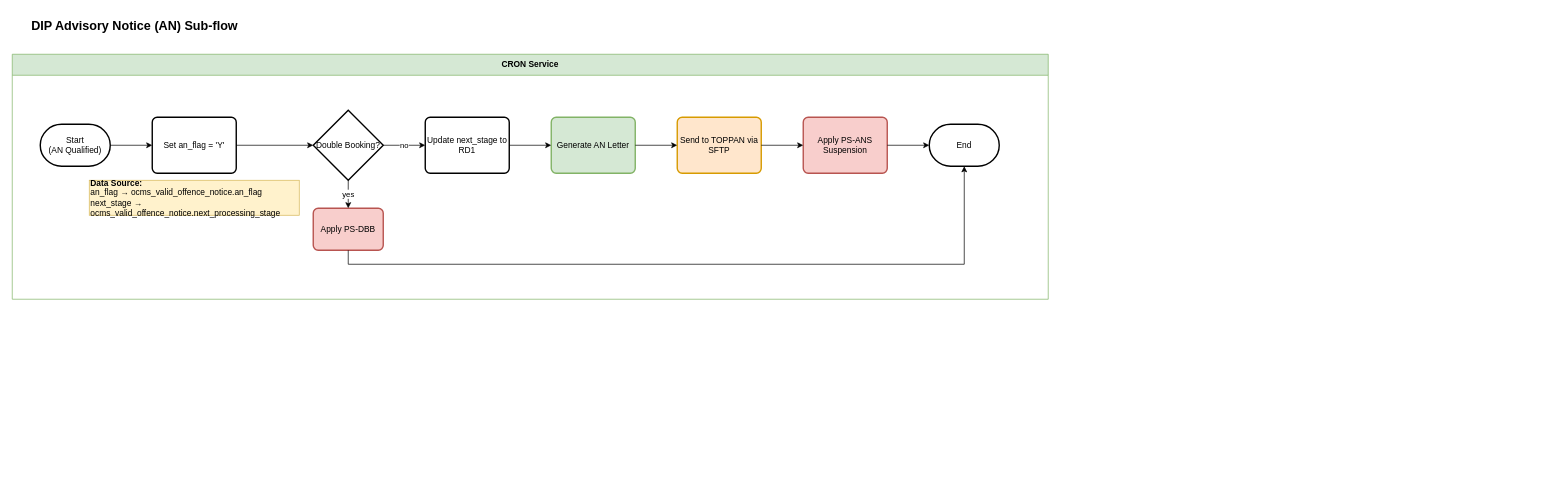
Above: page "Section_5_DIP_AN_Subflow" (3 of 5) of OCMS 14/Section 5/OCMS14-Technical_Flowchart_Section_5.drawio in rafifmgg/techdoc (draw.io), before the change. Source tidied: cells renumbered, new cells numbered last; positions are measured from the earlier drawing's top-left corner, leaving out a move shared by most shapes. Both pictures are drawn from the tidied source at 70%, with x=0, y=0 at pixel (12, 12).
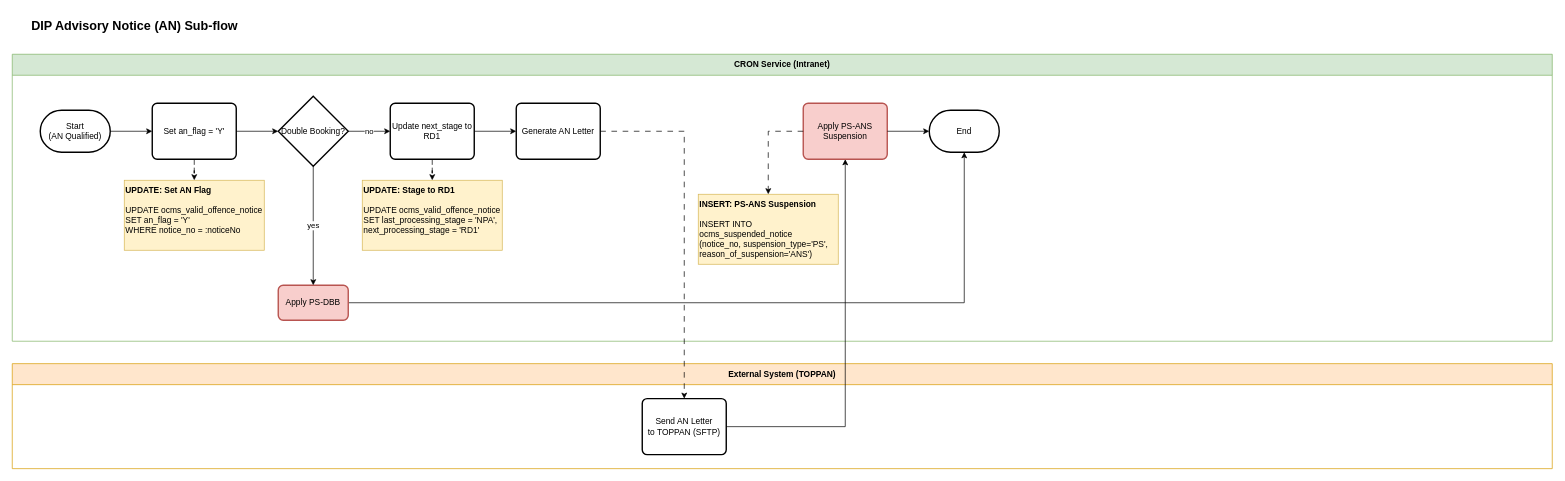
After the change.

What changed in the source:
```diff
@@
-    <mxCell id="3" value="CRON Service" style="swimlane;whiteSpace=wrap;html=1;fillColor=#d5e8d4;strokeColor=#82b366;startSize=30;" parent="1" vertex="1">
-      <mxGeometry y="60" width="1480" height="350" as="geometry" />
-    </mxCell>
+    <mxCell id="23" value="CRON Service (Intranet)" style="swimlane;whiteSpace=wrap;html=1;fillColor=#d5e8d4;strokeColor=#82b366;startSize=30;" parent="1" vertex="1">
+      <mxGeometry y="60" width="2200" height="410" as="geometry" />
+    </mxCell>
-    <mxCell id="4" value="Start&lt;br&gt;(AN Qualified)" style="strokeWidth=2;html=1;shape=mxgraph.flowchart.terminator;whiteSpace=wrap;" parent="3" vertex="1">
-      <mxGeometry x="40" y="100" width="100" height="60" as="geometry" />
+    <mxCell id="4" value="Start&lt;br&gt;(AN Qualified)" style="strokeWidth=2;html=1;shape=mxgraph.flowchart.terminator;whiteSpace=wrap;" parent="23" vertex="1">
+      <mxGeometry x="40" y="80" width="100" height="60" as="geometry" />
     </mxCell>
-    <mxCell id="5" value="Set an_flag = 'Y'" style="rounded=1;whiteSpace=wrap;html=1;absoluteArcSize=1;arcSize=14;strokeWidth=2;" parent="3" vertex="1">
-      <mxGeometry x="200" y="90" width="120" height="80" as="geometry" />
+    <mxCell id="5" value="Set an_flag = 'Y'" style="rounded=1;whiteSpace=wrap;html=1;absoluteArcSize=1;arcSize=14;strokeWidth=2;" parent="23" vertex="1">
+      <mxGeometry x="200" y="70" width="120" height="80" as="geometry" />
     </mxCell>
-    <mxCell id="6" value="Double Booking?" style="strokeWidth=2;html=1;shape=mxgraph.flowchart.decision;whiteSpace=wrap;" parent="3" vertex="1">
-      <mxGeometry x="430" y="80" width="100" height="100" as="geometry" />
+    <mxCell id="6" value="Double Booking?" style="strokeWidth=2;html=1;shape=mxgraph.flowchart.decision;whiteSpace=wrap;" parent="23" vertex="1">
+      <mxGeometry x="380" y="60" width="100" height="100" as="geometry" />
     </mxCell>
+    <mxCell id="21" style="edgeStyle=orthogonalEdgeStyle;rounded=0;jettySize=auto;html=1;exitX=1;exitY=0.5;exitDx=0;exitDy=0;" parent="23" edge="1" source="7" target="12">
+      <mxGeometry relative="1" as="geometry" />
+    </mxCell>
-    <mxCell id="7" value="Apply PS-DBB" style="rounded=1;whiteSpace=wrap;html=1;absoluteArcSize=1;arcSize=14;strokeWidth=2;fillColor=#f8cecc;strokeColor=#b85450;" parent="3" vertex="1">
-      <mxGeometry x="430" y="220" width="100" height="60" as="geometry" />
+    <mxCell id="7" value="Apply PS-DBB" style="rounded=1;whiteSpace=wrap;html=1;absoluteArcSize=1;arcSize=14;strokeWidth=2;fillColor=#f8cecc;strokeColor=#b85450;" parent="23" vertex="1">
+      <mxGeometry x="380" y="330" width="100" height="50" as="geometry" />
     </mxCell>
-    <mxCell id="8" value="Update next_stage to RD1" style="rounded=1;whiteSpace=wrap;html=1;absoluteArcSize=1;arcSize=14;strokeWidth=2;" parent="3" vertex="1">
-      <mxGeometry x="590" y="90" width="120" height="80" as="geometry" />
+    <mxCell id="8" value="Update next_stage to RD1" style="rounded=1;whiteSpace=wrap;html=1;absoluteArcSize=1;arcSize=14;strokeWidth=2;" parent="23" vertex="1">
+      <mxGeometry x="540" y="70" width="120" height="80" as="geometry" />
     </mxCell>
-    <mxCell id="9" value="Generate AN Letter" style="rounded=1;whiteSpace=wrap;html=1;absoluteArcSize=1;arcSize=14;strokeWidth=2;fillColor=#d5e8d4;strokeColor=#82b366;" parent="3" vertex="1">
-      <mxGeometry x="770" y="90" width="120" height="80" as="geometry" />
+    <mxCell id="9" value="Generate AN Letter" style="rounded=1;whiteSpace=wrap;html=1;absoluteArcSize=1;arcSize=14;strokeWidth=2;" parent="23" vertex="1">
+      <mxGeometry x="720" y="70" width="120" height="80" as="geometry" />
     </mxCell>
-    <mxCell id="10" value="Send to TOPPAN via SFTP" style="rounded=1;whiteSpace=wrap;html=1;absoluteArcSize=1;arcSize=14;strokeWidth=2;fillColor=#ffe6cc;strokeColor=#d79b00;" parent="3" vertex="1">
-      <mxGeometry x="950" y="90" width="120" height="80" as="geometry" />
-    </mxCell>
-    <mxCell id="11" value="Apply PS-ANS Suspension" style="rounded=1;whiteSpace=wrap;html=1;absoluteArcSize=1;arcSize=14;strokeWidth=2;fillColor=#f8cecc;strokeColor=#b85450;" parent="3" vertex="1">
-      <mxGeometry x="1130" y="90" width="120" height="80" as="geometry" />
+    <mxCell id="11" value="Apply PS-ANS Suspension" style="rounded=1;whiteSpace=wrap;html=1;absoluteArcSize=1;arcSize=14;strokeWidth=2;fillColor=#f8cecc;strokeColor=#b85450;" parent="23" vertex="1">
+      <mxGeometry x="1130" y="70" width="120" height="80" as="geometry" />
     </mxCell>
-    <mxCell id="12" value="End" style="strokeWidth=2;html=1;shape=mxgraph.flowchart.terminator;whiteSpace=wrap;" parent="3" vertex="1">
-      <mxGeometry x="1310" y="100" width="100" height="60" as="geometry" />
+    <mxCell id="12" value="End" style="strokeWidth=2;html=1;shape=mxgraph.flowchart.terminator;whiteSpace=wrap;" parent="23" vertex="1">
+      <mxGeometry x="1310" y="80" width="100" height="60" as="geometry" />
     </mxCell>
-    <mxCell id="13" style="edgeStyle=orthogonalEdgeStyle;rounded=0;jettySize=auto;html=1;" parent="3" edge="1" source="4" target="5">
+    <mxCell id="13" style="edgeStyle=orthogonalEdgeStyle;rounded=0;jettySize=auto;html=1;" parent="23" edge="1" source="4" target="5">
       <mxGeometry relative="1" as="geometry" />
     </mxCell>
-    <mxCell id="14" style="edgeStyle=orthogonalEdgeStyle;rounded=0;jettySize=auto;html=1;" parent="3" edge="1" source="5" target="6">
+    <mxCell id="14" style="edgeStyle=orthogonalEdgeStyle;rounded=0;jettySize=auto;html=1;" parent="23" edge="1" source="5" target="6">
       <mxGeometry relative="1" as="geometry" />
     </mxCell>
-    <mxCell id="15" value="yes" style="edgeStyle=orthogonalEdgeStyle;rounded=0;jettySize=auto;html=1;" parent="3" edge="1" source="6" target="7">
+    <mxCell id="15" value="yes" style="edgeStyle=orthogonalEdgeStyle;rounded=0;jettySize=auto;html=1;" parent="23" edge="1" source="6" target="7">
       <mxGeometry relative="1" as="geometry" />
     </mxCell>
-    <mxCell id="16" value="no" style="edgeStyle=orthogonalEdgeStyle;rounded=0;jettySize=auto;html=1;" parent="3" edge="1" source="6" target="8">
+    <mxCell id="16" value="no" style="edgeStyle=orthogonalEdgeStyle;rounded=0;jettySize=auto;html=1;" parent="23" edge="1" source="6" target="8">
       <mxGeometry relative="1" as="geometry" />
     </mxCell>
-    <mxCell id="17" style="edgeStyle=orthogonalEdgeStyle;rounded=0;jettySize=auto;html=1;" parent="3" edge="1" source="8" target="9">
+    <mxCell id="17" style="edgeStyle=orthogonalEdgeStyle;rounded=0;jettySize=auto;html=1;" parent="23" edge="1" source="8" target="9">
       <mxGeometry relative="1" as="geometry" />
     </mxCell>
+    <mxCell id="19" style="edgeStyle=orthogonalEdgeStyle;rounded=0;jettySize=auto;html=1;" parent="23" edge="1" source="11" target="12">
+      <mxGeometry relative="1" as="geometry" />
+    </mxCell>
+    <mxCell id="24" value="&lt;b&gt;UPDATE: Set AN Flag&lt;/b&gt;&lt;br&gt;&lt;br&gt;UPDATE ocms_valid_offence_notice&lt;br&gt;SET an_flag = 'Y'&lt;br&gt;WHERE notice_no = :noticeNo" style="text;html=1;whiteSpace=wrap;strokeColor=#d6b656;fillColor=#fff2cc;align=left;verticalAlign=top;rounded=0;" parent="23" vertex="1">
+      <mxGeometry x="160" y="180" width="200" height="100" as="geometry" />
+    </mxCell>
+    <mxCell id="25" style="edgeStyle=orthogonalEdgeStyle;rounded=0;jettySize=auto;html=1;dashed=1;dashPattern=8 8;" parent="23" edge="1" source="5" target="24">
+      <mxGeometry relative="1" as="geometry" />
+    </mxCell>
+    <mxCell id="26" value="&lt;b&gt;UPDATE: Stage to RD1&lt;/b&gt;&lt;br&gt;&lt;br&gt;UPDATE ocms_valid_offence_notice&lt;br&gt;SET last_processing_stage = 'NPA',&lt;br&gt;next_processing_stage = 'RD1'" style="text;html=1;whiteSpace=wrap;strokeColor=#d6b656;fillColor=#fff2cc;align=left;verticalAlign=top;rounded=0;" parent="23" vertex="1">
+      <mxGeometry x="500" y="180" width="200" height="100" as="geometry" />
+    </mxCell>
+    <mxCell id="27" style="edgeStyle=orthogonalEdgeStyle;rounded=0;jettySize=auto;html=1;dashed=1;dashPattern=8 8;" parent="23" edge="1" source="8" target="26">
+      <mxGeometry relative="1" as="geometry" />
+    </mxCell>
+    <mxCell id="28" value="&lt;b&gt;INSERT: PS-ANS Suspension&lt;/b&gt;&lt;br&gt;&lt;br&gt;INSERT INTO ocms_suspended_notice&lt;br&gt;(notice_no, suspension_type='PS',&lt;br&gt;reason_of_suspension='ANS')" style="text;html=1;whiteSpace=wrap;strokeColor=#d6b656;fillColor=#fff2cc;align=left;verticalAlign=top;rounded=0;" parent="23" vertex="1">
+      <mxGeometry x="980" y="200" width="200" height="100" as="geometry" />
+    </mxCell>
+    <mxCell id="29" style="edgeStyle=orthogonalEdgeStyle;rounded=0;jettySize=auto;html=1;dashed=1;dashPattern=8 8;" parent="23" edge="1" source="11" target="28">
+      <mxGeometry relative="1" as="geometry">
+        <Array as="points">
+          <mxPoint x="1080" y="110" />
+        </Array>
+      </mxGeometry>
+    </mxCell>
+    <mxCell id="30" value="External System (TOPPAN)" style="swimlane;whiteSpace=wrap;html=1;fillColor=#ffe6cc;strokeColor=#d79b00;startSize=30;" parent="1" vertex="1">
+      <mxGeometry y="502" width="2200" height="150" as="geometry" />
+    </mxCell>
+    <mxCell id="10" value="Send AN Letter&lt;br&gt;to TOPPAN (SFTP)" style="rounded=1;whiteSpace=wrap;html=1;absoluteArcSize=1;arcSize=14;strokeWidth=2;" parent="30" vertex="1">
+      <mxGeometry x="900" y="50" width="120" height="80" as="geometry" />
+    </mxCell>
-    <mxCell id="18" style="edgeStyle=orthogonalEdgeStyle;rounded=0;jettySize=auto;html=1;" parent="3" edge="1" source="9" target="10">
+    <mxCell id="18" style="edgeStyle=orthogonalEdgeStyle;rounded=0;jettySize=auto;html=1;dashed=1;dashPattern=8 8;" parent="1" edge="1" source="9" target="10">
       <mxGeometry relative="1" as="geometry" />
     </mxCell>
-    <mxCell id="19" style="edgeStyle=orthogonalEdgeStyle;rounded=0;jettySize=auto;html=1;" parent="3" edge="1" source="10" target="11">
-      <mxGeometry relative="1" as="geometry" />
-    </mxCell>
-    <mxCell id="20" style="edgeStyle=orthogonalEdgeStyle;rounded=0;jettySize=auto;html=1;" parent="3" edge="1" source="11" target="12">
-      <mxGeometry relative="1" as="geometry" />
-    </mxCell>
-    <mxCell id="21" style="edgeStyle=orthogonalEdgeStyle;rounded=0;jettySize=auto;html=1;" parent="3" edge="1" source="7" target="12">
-      <mxGeometry relative="1" as="geometry">
-        <Array as="points">
-          <mxPoint x="480" y="300" />
-          <mxPoint x="1360" y="300" />
-        </Array>
-      </mxGeometry>
-    </mxCell>
-    <mxCell id="22" value="&lt;b&gt;Data Source:&lt;/b&gt;&lt;br&gt;an_flag → ocms_valid_offence_notice.an_flag&lt;br&gt;next_stage → ocms_valid_offence_notice.next_processing_stage" style="text;html=1;whiteSpace=wrap;strokeColor=#d6b656;fillColor=#fff2cc;align=left;verticalAlign=middle;rounded=0;" parent="3" vertex="1">
-      <mxGeometry x="110" y="180" width="300" height="50" as="geometry" />
-    </mxCell>
+    <mxCell id="31" style="edgeStyle=orthogonalEdgeStyle;rounded=0;jettySize=auto;html=1;" parent="1" edge="1" source="10" target="11">
+      <mxGeometry relative="1" as="geometry" />
+    </mxCell>
```
